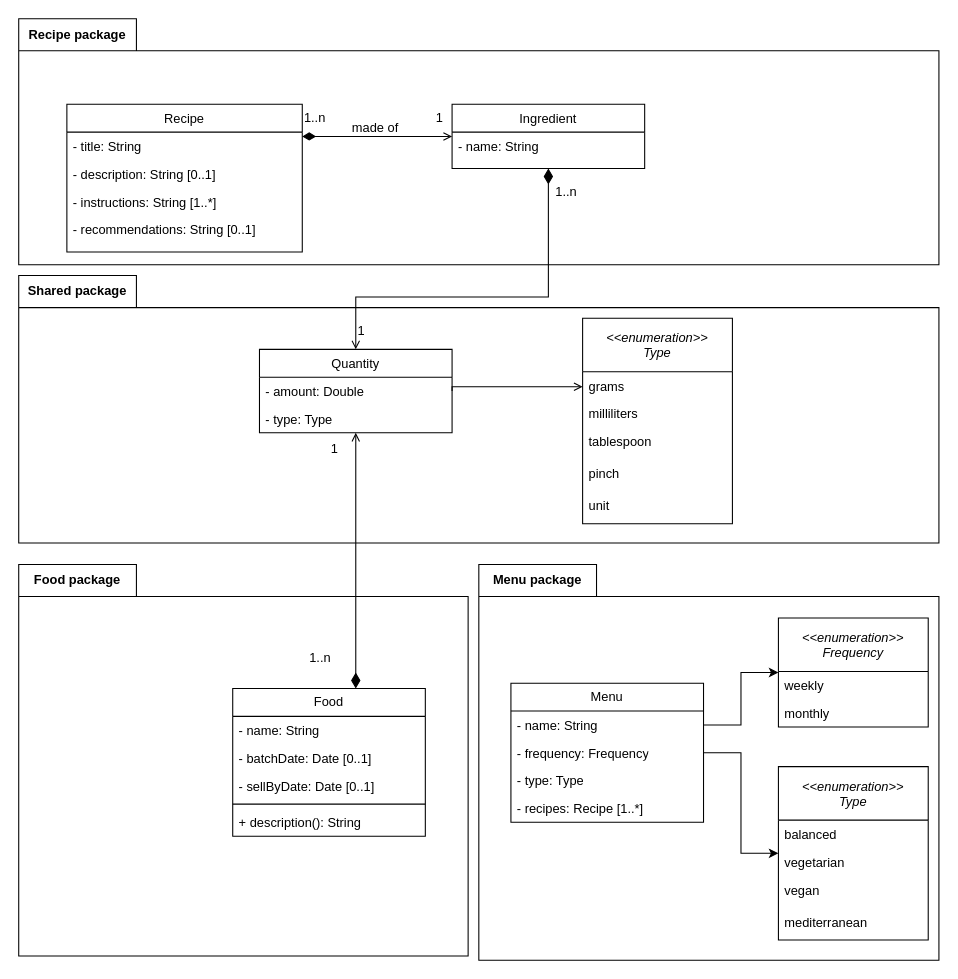
The draw.io diagram doc/domain-model-design.drawio in jantoniomartinfdez/chefficient, before the edit. Source tidied: cells renumbered, new cells numbered last; positions are measured from the earlier drawing's top-left corner, leaving out a move shared by most shapes. Both pictures are drawn from the tidied source at 107%, with x=0, y=0 at pixel (18, 18).
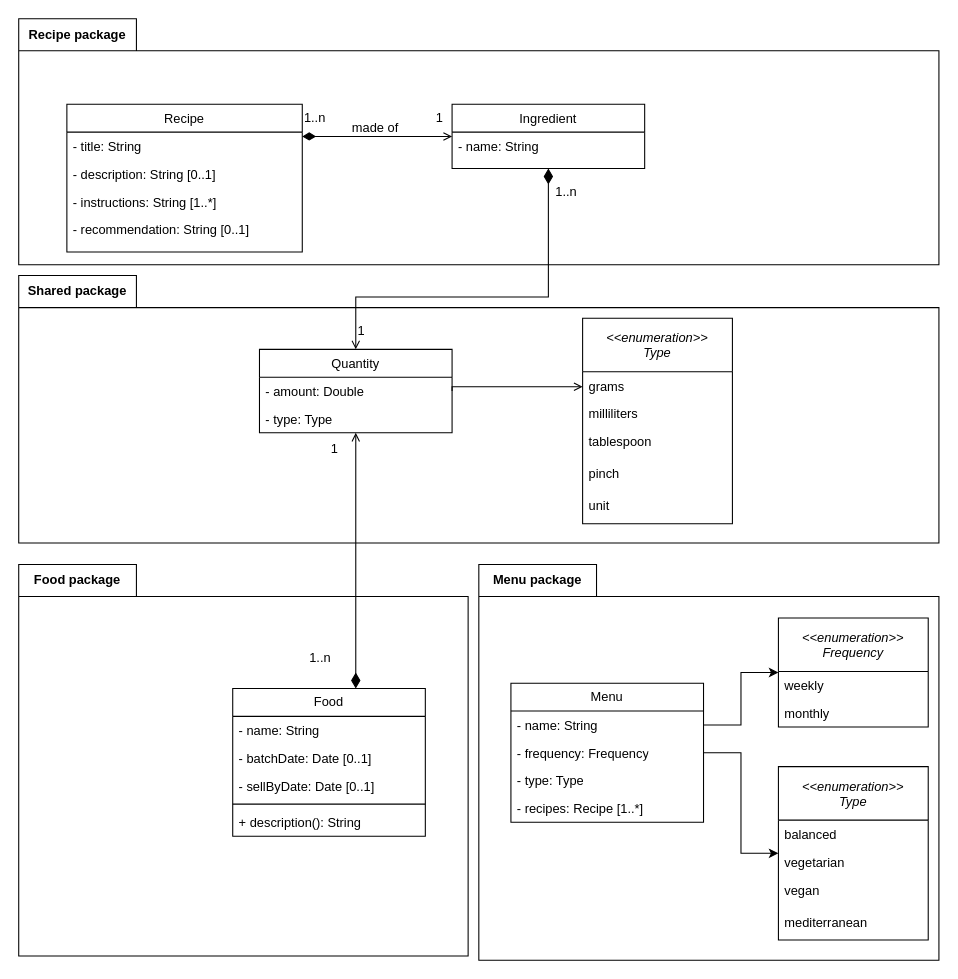
Above is the later version.

Commit message (it also covers changes not shown here):
RecipeTest::may have a recommendation => RED

The change refers to these unchanged cells:
```xml
<mxCell id="3" value="Recipe" style="swimlane;fontStyle=0;align=center;verticalAlign=top;horizontal=1;startSize=26;rounded=0;shadow=0;strokeWidth=1;" parent="2" vertex="1">
  <mxGeometry x="45" y="80" width="220" height="138" as="geometry" />
</mxCell>
```

Change to the diagram source:
```diff
@@
-    <mxCell id="7" value="- recommendations: String [0..1]" style="text;align=left;verticalAlign=top;spacingLeft=4;spacingRight=4;overflow=hidden;rounded=0;shadow=0;html=0;" parent="3" vertex="1">
+    <mxCell id="7" value="- recommendation: String [0..1]" style="text;align=left;verticalAlign=top;spacingLeft=4;spacingRight=4;overflow=hidden;rounded=0;shadow=0;html=0;" parent="3" vertex="1">
       <mxGeometry y="104" width="220" height="26" as="geometry" />
     </mxCell>
```
